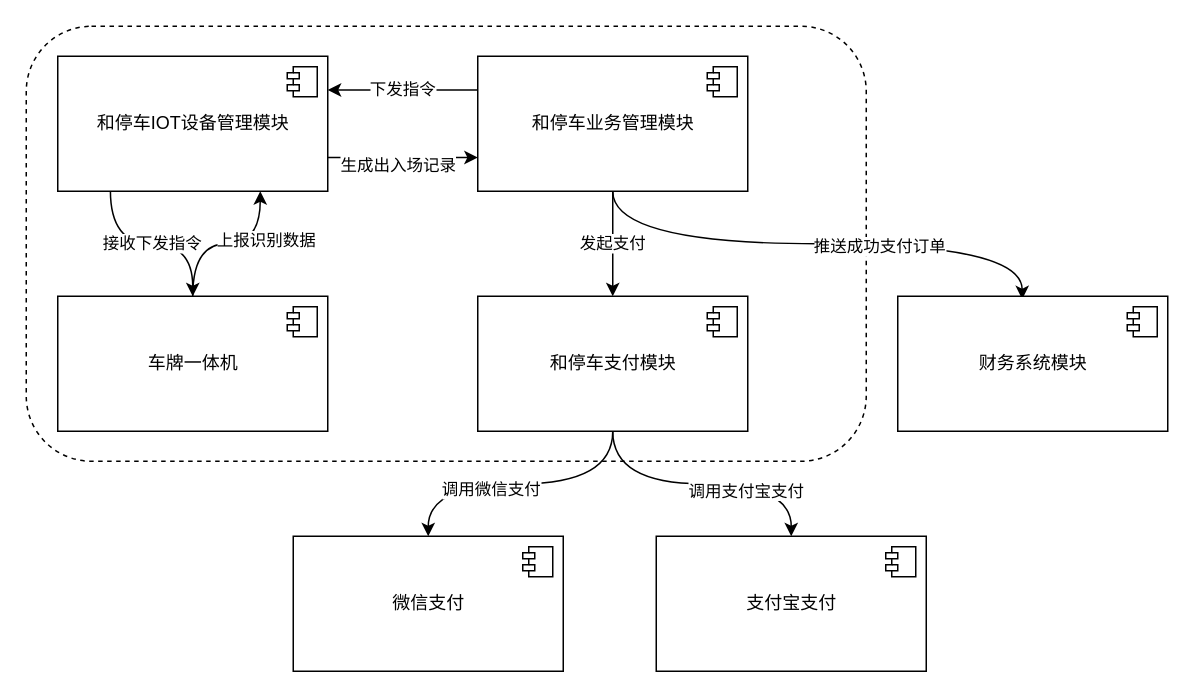
The draw.io diagram page "总体系统接口交互图" (2 of 7) of hg/sm@rtpark/Untitled Diagram.drawio in yywyuwei/BusinessProcess, before the edit. Source tidied: cells renumbered, new cells numbered last; positions are measured from the earlier drawing's top-left corner, leaving out a move shared by most shapes. Both pictures are drawn from the tidied source at 150%, with x=0, y=0 at pixel (26, 26).
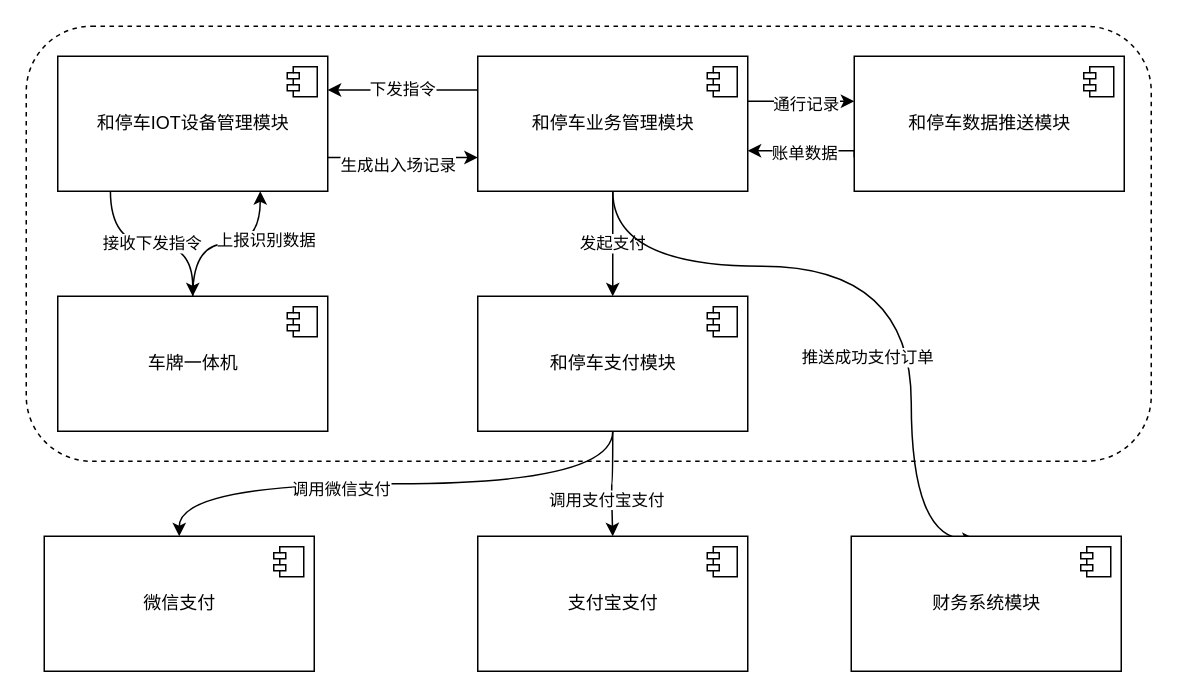
The same page after the edit.

Unchanged cells that the change refers to:
```xml
<mxCell id="7" value="和停车业务管理模块" style="html=1;rounded=0;shadow=0;glass=0;sketch=0;align=center;verticalAlign=middle;" parent="1" vertex="1">
  <mxGeometry x="301" y="20" width="180" height="90" as="geometry" />
</mxCell>
<mxCell id="19" value="和停车支付模块" style="html=1;rounded=0;shadow=0;glass=0;sketch=0;align=center;verticalAlign=middle;" parent="1" vertex="1">
  <mxGeometry x="301" y="180" width="180" height="90" as="geometry" />
</mxCell>
```

Diff of the diagram source:
```diff
@@
     <mxCell id="2" style="rounded=1;whiteSpace=wrap;html=1;shadow=0;glass=0;sketch=0;align=center;verticalAlign=middle;dashed=1;" parent="1" vertex="1">
-      <mxGeometry width="560" height="290" as="geometry" />
+      <mxGeometry width="750" height="290" as="geometry" />
     </mxCell>
@@
     <mxCell id="5" style="edgeStyle=orthogonalEdgeStyle;curved=1;rounded=0;jettySize=auto;html=1;entryX=0.461;entryY=0.022;entryDx=0;entryDy=0;entryPerimeter=0;exitX=0.5;exitY=1;exitDx=0;exitDy=0;" parent="1" edge="1" source="7" target="29">
-      <mxGeometry relative="1" as="geometry" />
+      <mxGeometry relative="1" as="geometry">
+        <Array as="points">
+          <mxPoint x="391" y="160" />
+          <mxPoint x="590" y="160" />
+          <mxPoint x="590" y="342" />
+        </Array>
+      </mxGeometry>
     </mxCell>
     <mxCell id="6" value="&lt;span&gt;推送成功支付订单&lt;/span&gt;" style="edgeLabel;html=1;align=center;verticalAlign=middle;" parent="5" vertex="1">
-      <mxGeometry x="0.23" y="-1" relative="1" as="geometry" />
+      <mxGeometry x="0.23" y="-1" relative="1" as="geometry">
+        <mxPoint x="-29" y="18" as="offset" />
+      </mxGeometry>
     </mxCell>
+    <mxCell id="31" style="edgeStyle=orthogonalEdgeStyle;rounded=0;jettySize=auto;html=1;" parent="1" edge="1" source="7" target="35">
+      <mxGeometry relative="1" as="geometry">
+        <Array as="points">
+          <mxPoint x="500" y="50" />
+          <mxPoint x="500" y="50" />
+        </Array>
+      </mxGeometry>
+    </mxCell>
+    <mxCell id="32" value="通行记录" style="edgeLabel;html=1;align=center;verticalAlign=middle;" parent="31" vertex="1">
+      <mxGeometry x="0.08" y="-1" relative="1" as="geometry" />
+    </mxCell>
@@
-    <mxCell id="17" style="edgeStyle=orthogonalEdgeStyle;curved=1;rounded=0;jettySize=auto;html=1;exitX=0.5;exitY=1;exitDx=0;exitDy=0;" parent="1" edge="1" source="19" target="27">
+    <mxCell id="17" style="edgeStyle=orthogonalEdgeStyle;curved=1;rounded=0;jettySize=auto;html=1;exitX=0.5;exitY=1;exitDx=0;exitDy=0;entryX=0.5;entryY=0;entryDx=0;entryDy=0;" parent="1" edge="1" source="19" target="27">
       <mxGeometry relative="1" as="geometry">
         <Array as="points">
           <mxPoint x="391" y="305" />
-          <mxPoint x="510" y="305" />
+          <mxPoint x="390" y="305" />
         </Array>
       </mxGeometry>
     </mxCell>
@@
     <mxCell id="25" value="微信支付" style="html=1;rounded=0;shadow=0;glass=0;sketch=0;align=center;verticalAlign=middle;" parent="1" vertex="1">
-      <mxGeometry x="178" y="340" width="180" height="90" as="geometry" />
+      <mxGeometry x="12" y="340" width="180" height="90" as="geometry" />
     </mxCell>
@@
     <mxCell id="27" value="支付宝支付" style="html=1;rounded=0;shadow=0;glass=0;sketch=0;align=center;verticalAlign=middle;" parent="1" vertex="1">
-      <mxGeometry x="420" y="340" width="180" height="90" as="geometry" />
+      <mxGeometry x="301" y="340" width="180" height="90" as="geometry" />
     </mxCell>
@@
     <mxCell id="29" value="财务系统模块" style="html=1;rounded=0;shadow=0;glass=0;sketch=0;align=center;verticalAlign=middle;" parent="1" vertex="1">
-      <mxGeometry x="581" y="180" width="180" height="90" as="geometry" />
+      <mxGeometry x="550" y="340" width="180" height="90" as="geometry" />
     </mxCell>
@@
+    <mxCell id="33" style="edgeStyle=orthogonalEdgeStyle;rounded=0;jettySize=auto;html=1;exitX=0;exitY=0.75;exitDx=0;exitDy=0;" parent="1" edge="1" source="35">
+      <mxGeometry relative="1" as="geometry">
+        <mxPoint x="481" y="83" as="targetPoint" />
+        <Array as="points">
+          <mxPoint x="552" y="83" />
+        </Array>
+      </mxGeometry>
+    </mxCell>
+    <mxCell id="34" value="账单数据" style="edgeLabel;html=1;align=center;verticalAlign=middle;" parent="33" vertex="1">
+      <mxGeometry x="0.01" y="1" relative="1" as="geometry" />
+    </mxCell>
+    <mxCell id="35" value="和停车数据推送模块" style="html=1;rounded=0;shadow=0;glass=0;sketch=0;align=center;verticalAlign=middle;" parent="1" vertex="1">
+      <mxGeometry x="552" y="20" width="180" height="90" as="geometry" />
+    </mxCell>
+    <mxCell id="36" style="shape=module;jettyWidth=8;jettyHeight=4;rounded=0;shadow=0;glass=0;sketch=0;align=center;verticalAlign=middle;" parent="35" vertex="1">
+      <mxGeometry x="1" width="20" height="20" relative="1" as="geometry">
+        <mxPoint x="-27" y="7" as="offset" />
+      </mxGeometry>
+    </mxCell>
```
